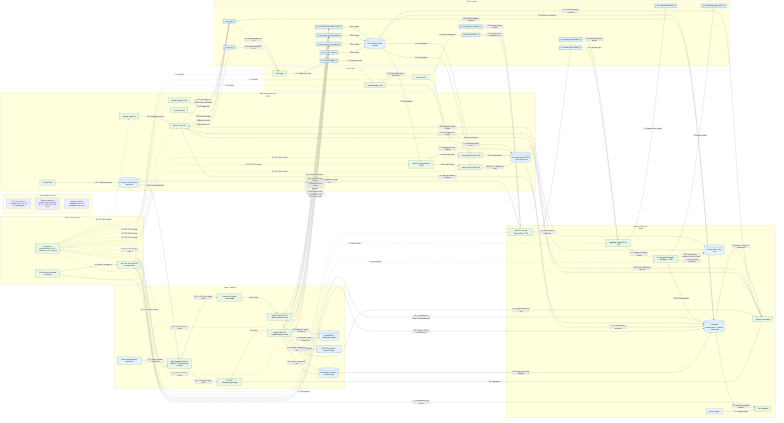
EsosaOrumwese/fraud-detection-system keeps this Mermaid diagram as docs/design/platform/dev_full/graph/dev_full_platform_production_paths_current_v0.mermaid.png. Above is the earlier version. Its source is kept beside it as docs/design/platform/dev_full/graph/dev_full_platform_production_paths_current_v0.mermaid.mmd.
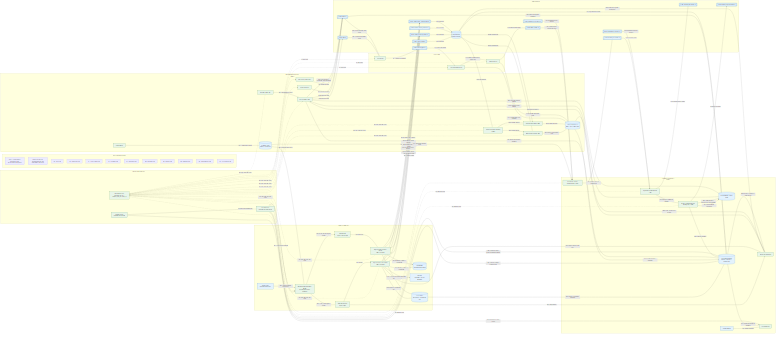
Above is the later version.

Commit message:
Refine production paths graph: removed subgraph and overlay edges from main topology, expanded legend for clarity, and updated PNG renderings.

What changed in the source:
```diff
@@ -6,31 +6,40 @@
 flowchart LR
 
   subgraph LEGEND["How to Read This Graph"]
-    LG1["This is a path-centric companion graph, not the full topology map"]
-    LG2["Edges are labeled by production path prefix: HP, AP, CL, LP, RC, DG, RP, RB, OP, CP"]
-    LG3["Nodes are the real implemented dev_full components and stores"]
+    LG1["This is a path-centric companion graph,<br>not the full topology map"]
+    LG2["Nodes are the real implemented dev_full<br>components and stores"]
+    LG3["HP = Hot path"]
+    LG4["AP = Admission path"]
+    LG5["CL = Case + label path"]
+    LG6["LP = Learning path"]
+    LG7["RC = Recovery path"]
+    LG8["DG = Degrade path"]
+    LG9["RP = Replay path"]
+    LG10["RB = Rollback path"]
+    LG11["OP = Observability path"]
+    LG12["CP = Cost-control path"]
   end
 
   subgraph CONTROL["Control + Run Authority"]
-    GHA["GitHub Actions\nbounded run dispatch"]
-    SFN["Step Functions\nplatform-run orchestrator"]
-    RUNID["Run identity pins\nplatform_run_id / scenario_run_id / trace_id"]
+    GHA["GitHub Actions<br>bounded run dispatch"]
+    SFN["Step Functions<br>platform-run orchestrator"]
+    RUNID["Run identity pins<br>platform_run_id / scenario_run_id / trace_id"]
   end
 
   subgraph INGRESS["Ingress + Admission"]
-    ORACLE["Oracle store\nread-only replay basis"]
-    WSP["World Streamer Producer (WSP)\nECS/Fargate replay producer"]
-    HTTPAPI["HTTP API Gateway\ningress edge"]
-    ALB["Internal ALB\ningress service edge"]
-    IGLAMBDA["Ingestion Gate (IG) Lambda\nadmission shell"]
-    IGSVC["Ingestion Gate (IG) ECS service\nadmission shell"]
-    IGDDB[("DynamoDB\nIG idempotency ledger")]
-    IGDLQ["SQS DLQ\nretryable / poison boundary"]
-    IGRECEIPTS[("S3 evidence\nIG receipts / quarantine refs")]
+    ORACLE["Oracle store<br>read-only replay basis"]
+    WSP["World Streamer Producer (WSP)<br>ECS/Fargate replay producer"]
+    HTTPAPI["HTTP API Gateway<br>ingress edge"]
+    ALB["Internal ALB<br>ingress service edge"]
+    IGLAMBDA["Ingestion Gate (IG) Lambda<br>admission shell"]
+    IGSVC["Ingestion Gate (IG) ECS service<br>admission shell"]
+    IGDDB[("DynamoDB<br>IG idempotency ledger")]
+    IGDLQ["SQS DLQ<br>retryable / poison boundary"]
+    IGRECEIPTS[("S3 evidence<br>IG receipts / quarantine refs")]
   end
 
   subgraph BUS["Event Transport"]
-    MSK[("MSK Serverless\nKafka transport")]
+    MSK[("MSK Serverless<br>Kafka transport")]
     TTRAFFIC[["fp.bus.traffic.fraud.v1"]]
     TCTXE[["fp.bus.context.arrival_events.v1"]]
     TCTXT[["fp.bus.context.arrival_entities.v1"]]
@@ -55,8 +64,8 @@
     AL["Action Layer (AL)"]
     DLA["Decision Log Audit (DLA)"]
     ARCHIVE["Archive Writer"]
-    AURORA[("Aurora Serverless v2\nRTDL / case / label state")]
-    ARCHIVEPATH[("S3 object store\narchive / replay refs")]
+    AURORA[("Aurora Serverless v2<br>RTDL / case / label state")]
+    ARCHIVEPATH[("S3 object store<br>archive / replay refs")]
   end
 
   subgraph CASELABEL["Case + Label"]
@@ -70,7 +79,7 @@
     SM["SageMaker (Model Factory / MF)"]
     MLFLOW["MLflow (Model Promotion and Registry / MPR)"]
     REGACTIVE[("Active bundle / policy truth")]
-    EVID[("S3 evidence bucket\nreports / receipts / comparisons")]
+    EVID[("S3 evidence bucket<br>reports / receipts / comparisons")]
     DASHOPS["Operations dashboard"]
     DASHCOST["Cost dashboard"]
     BUDGET["Monthly budget"]
```
